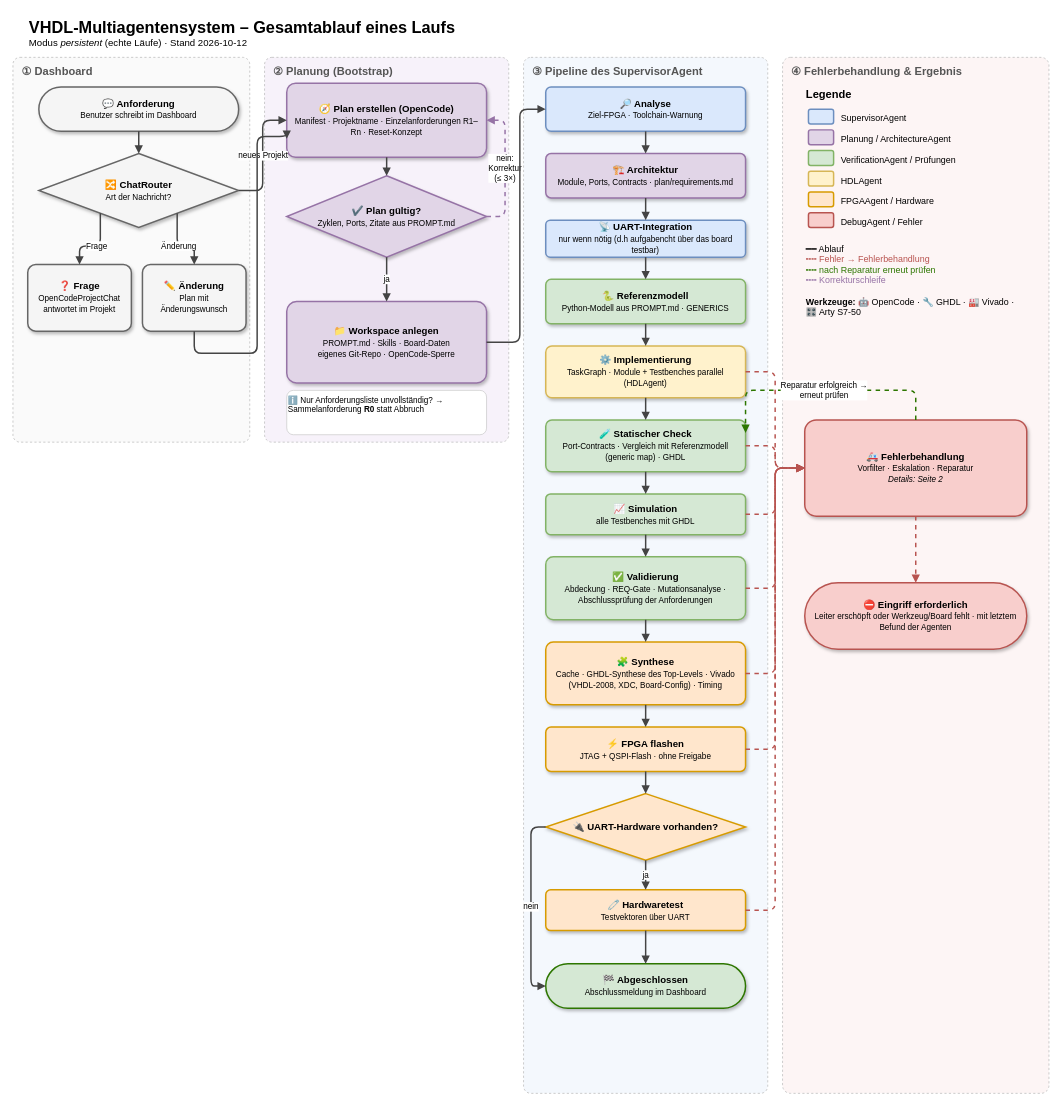
Christian-Alexander141/vhdl-agent keeps this draw.io diagram as page "1 Gesamtablauf" (1 of 2) of docs/architecture/MAS-Ablauf.drawio. Above is the earlier version. Source tidied: cells renumbered, new cells numbered last; positions are measured from the earlier drawing's top-left corner, leaving out a move shared by most shapes. Both pictures are drawn from the tidied source at 74%, with x=0, y=0 at pixel (13, 13).
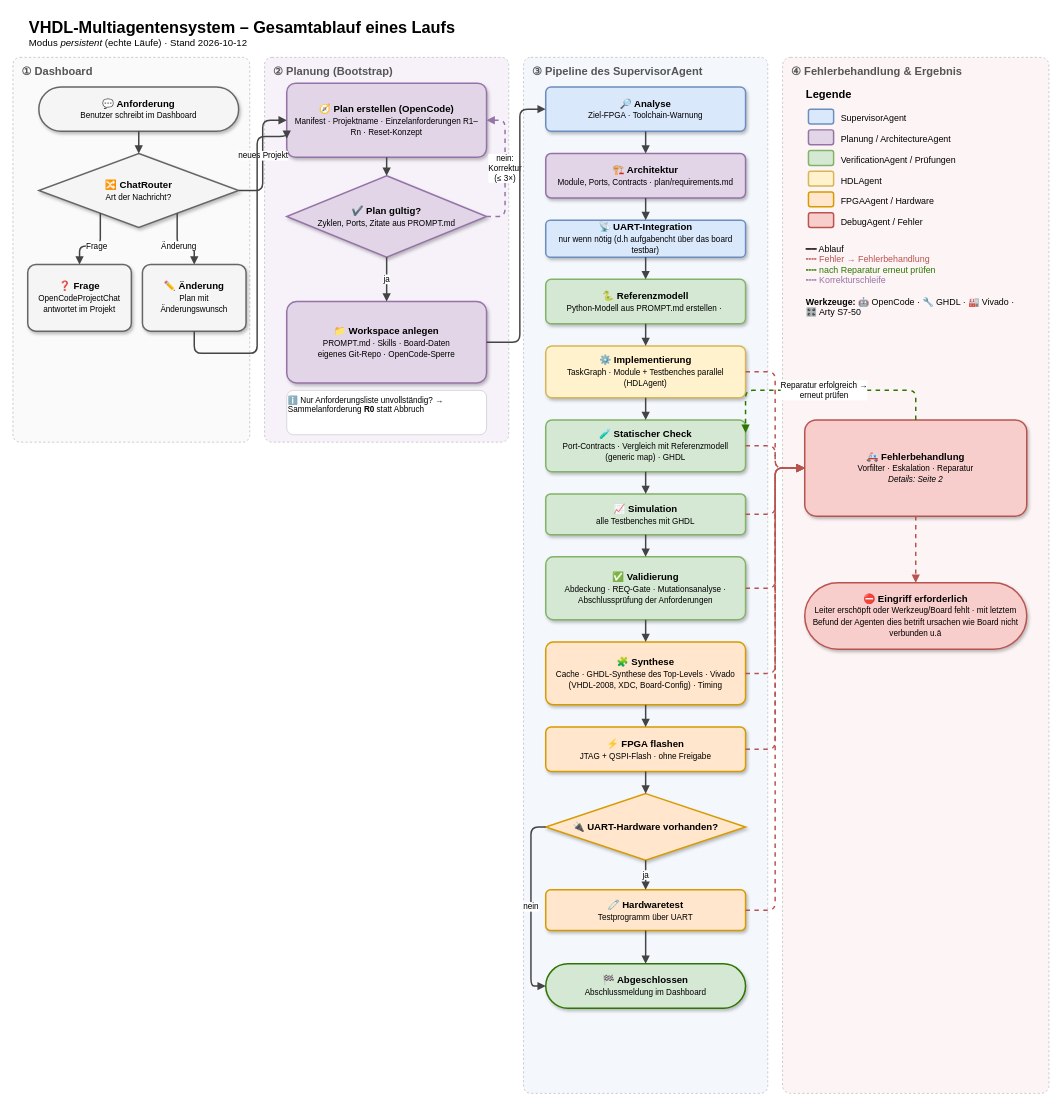
Above is the later version.

Change to the diagram source:
```diff
@@
-    <mxCell id="26" value="&lt;b&gt;🐍 Referenzmodell&lt;/b&gt;&lt;br&gt;&lt;font style='font-size:11px'&gt;Python-Modell aus PROMPT.md · GENERICS&lt;/font&gt;" style="rounded=1;arcSize=12;whiteSpace=wrap;html=1;fillColor=#d5e8d4;strokeColor=#82b366;fontSize=13;strokeWidth=2;shadow=1;spacing=6;" parent="1" vertex="1">
+    <mxCell id="26" value="&lt;b&gt;🐍 Referenzmodell&lt;/b&gt;&lt;br&gt;&lt;font style=&quot;font-size:11px&quot;&gt;Python-Modell aus PROMPT.md erstellen ·&amp;nbsp;&lt;/font&gt;" style="rounded=1;arcSize=12;whiteSpace=wrap;html=1;fillColor=#d5e8d4;strokeColor=#82b366;fontSize=13;strokeWidth=2;shadow=1;spacing=6;" parent="1" vertex="1">
       <mxGeometry x="720" y="360" width="270" height="60" as="geometry" />
     </mxCell>
@@
-    <mxCell id="45" value="&lt;b&gt;🧷 Hardwaretest&lt;/b&gt;&lt;br&gt;&lt;font style='font-size:11px'&gt;Testvektoren über UART&lt;/font&gt;" style="rounded=1;arcSize=12;whiteSpace=wrap;html=1;fillColor=#ffe6cc;strokeColor=#d79b00;fontSize=13;strokeWidth=2;shadow=1;spacing=6;" parent="1" vertex="1">
+    <mxCell id="45" value="&lt;b&gt;🧷 Hardwaretest&lt;/b&gt;&lt;br&gt;&lt;font style=&quot;font-size:11px&quot;&gt;Testprogramm über UART&lt;/font&gt;" style="rounded=1;arcSize=12;whiteSpace=wrap;html=1;fillColor=#ffe6cc;strokeColor=#d79b00;fontSize=13;strokeWidth=2;shadow=1;spacing=6;" parent="1" vertex="1">
       <mxGeometry x="720" y="1185" width="270" height="55" as="geometry" />
     </mxCell>
@@
-    <mxCell id="59" value="&lt;b&gt;⛔ Eingriff erforderlich&lt;/b&gt;&lt;br&gt;&lt;font style='font-size:11px'&gt;Leiter erschöpft oder Werkzeug/Board fehlt · mit letztem Befund der Agenten&lt;/font&gt;" style="rounded=1;arcSize=50;whiteSpace=wrap;html=1;fillColor=#f8cecc;strokeColor=#b85450;fontSize=13;strokeWidth=2;shadow=1;spacing=6;" parent="1" vertex="1">
+    <mxCell id="59" value="&lt;b&gt;⛔ Eingriff erforderlich&lt;/b&gt;&lt;br&gt;&lt;font style=&quot;font-size:11px&quot;&gt;Leiter erschöpft oder Werkzeug/Board fehlt · mit letztem Befund der Agenten dies betrift ursachen wie Board nicht verbunden u.ä&lt;/font&gt;" style="rounded=1;arcSize=50;whiteSpace=wrap;html=1;fillColor=#f8cecc;strokeColor=#b85450;fontSize=13;strokeWidth=2;shadow=1;spacing=6;" parent="1" vertex="1">
       <mxGeometry x="1070" y="770" width="300" height="90" as="geometry" />
     </mxCell>
```
